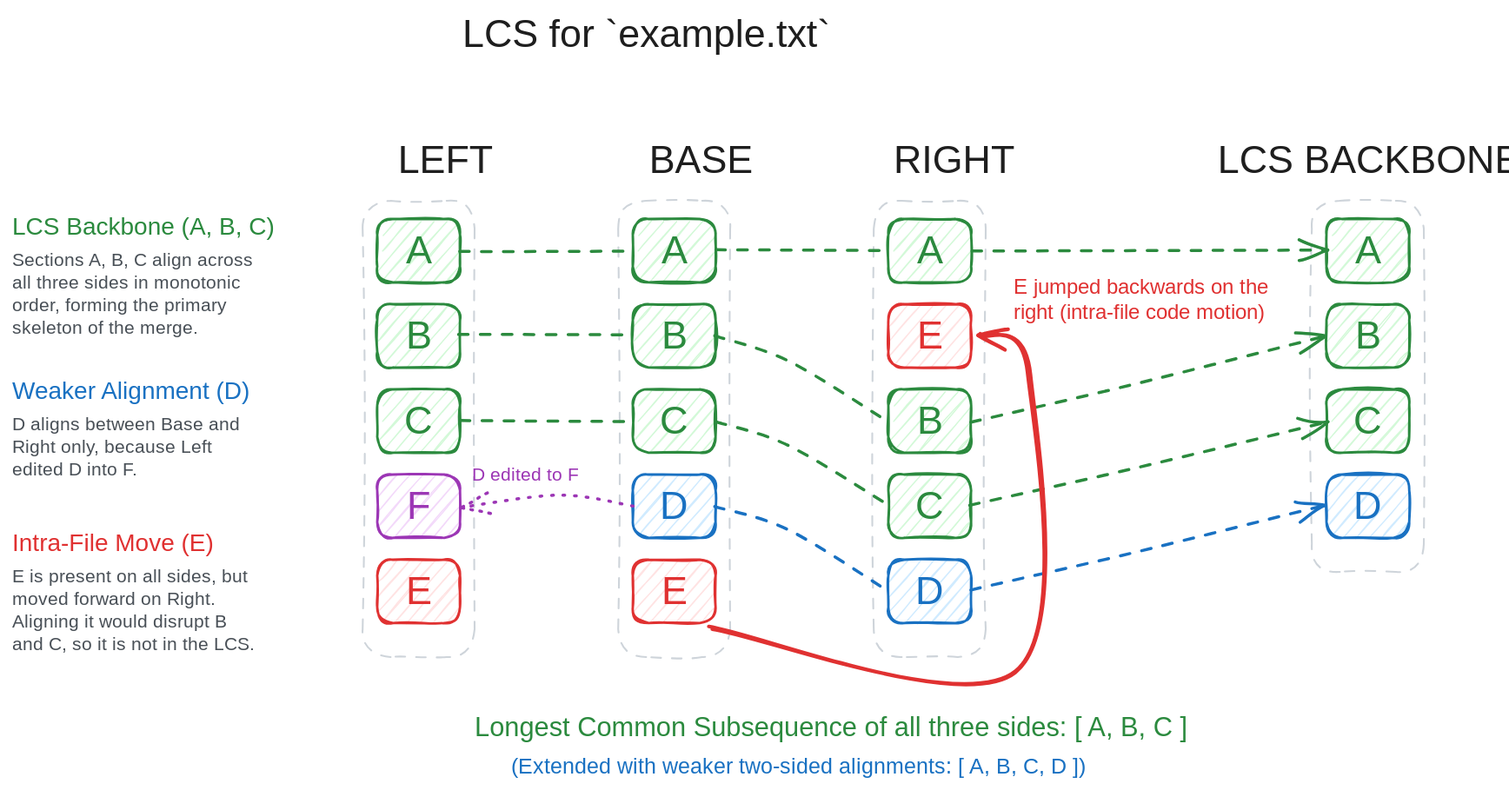
Earlier version of the Excalidraw export documents/designNotes/diagrams/threeWayMergeAndLCS.excalidraw.svg (sageserpent-open/kineticMerge). Source tidied: one line per element, renumbered; positions are measured from the earlier drawing's top-left corner, leaving out a move shared by most shapes.
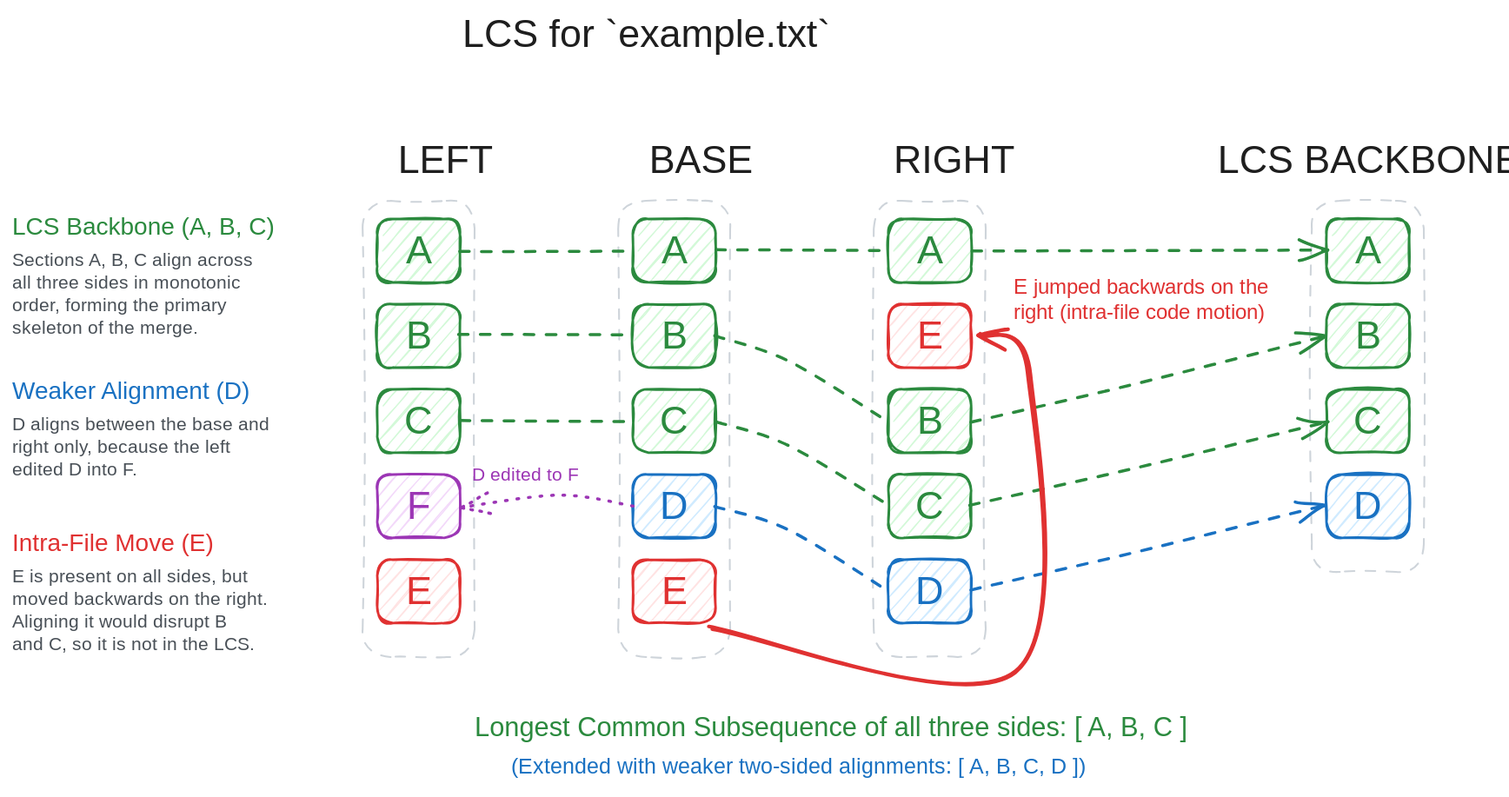
Later version of the same file.

Commit message:
Correct a misleading piece of text and tidy grammar.

Diff of the diagram source:
```diff
@@ -63,8 +63,8 @@
 {"id": 62, "type": "text", "text": "LCS Backbone (A, B, C)", "strokeColor": "#2b8a3e", "strokeWidth": 1, "roughness": 1, "fontSize": 20, "fontFamily": 2, "x": 0, "y": 165, "width": 265, "height": 25}
 {"id": 63, "type": "text", "text": "Sections A, B, C align across\nall three sides in monotonic\norder, forming the primary\nskeleton of the merge.", "strokeColor": "#495057", "strokeWidth": 1, "roughness": 1, "fontSize": 15, "fontFamily": 1, "x": 0, "y": 195, "width": 265, "height": 25}
 {"id": 64, "type": "text", "text": "Weaker Alignment (D)", "strokeColor": "#1971c2", "strokeWidth": 1, "roughness": 1, "fontSize": 20, "fontFamily": 2, "x": 0, "y": 300, "width": 265, "height": 25}
-{"id": 65, "type": "text", "text": "D aligns between Base and\nRight only, because Left\nedited D into F.", "strokeColor": "#495057", "strokeWidth": 1, "roughness": 1, "fontSize": 15, "fontFamily": 1, "x": 0, "y": 330, "width": 265, "height": 25}
+{"id": 65, "type": "text", "text": "D aligns between the base and\nright only, because the left\nedited D into F.", "strokeColor": "#495057", "strokeWidth": 1, "roughness": 1, "fontSize": 15, "fontFamily": 1, "x": 0, "y": 330, "width": 230, "height": 56}
 {"id": 66, "type": "text", "text": "Intra-File Move (E)", "strokeColor": "#e03131", "strokeWidth": 1, "roughness": 1, "fontSize": 20, "fontFamily": 2, "x": 0, "y": 425, "width": 265, "height": 25}
-{"id": 67, "type": "text", "text": "E is present on all sides, but\nmoved forward on Right.\nAligning it would disrupt B\nand C, so it is not in the LCS.", "strokeColor": "#495057", "strokeWidth": 1, "roughness": 1, "fontSize": 15, "fontFamily": 1, "x": 0, "y": 455, "width": 265, "height": 25}
+{"id": 67, "type": "text", "text": "E is present on all sides, but\nmoved backwards on the right.\nAligning it would disrupt B\nand C, so it is not in the LCS.", "strokeColor": "#495057", "strokeWidth": 1, "roughness": 1, "fontSize": 15, "fontFamily": 1, "x": 0, "y": 455, "width": 229, "height": 75}
 {"id": 68, "type": "text", "text": "Longest Common Subsequence of all three sides: [ A, B, C ]", "strokeColor": "#2b8a3e", "strokeWidth": 1, "roughness": 1, "fontSize": 22, "fontFamily": 2, "x": 380, "y": 575, "width": 650, "height": 25}
 {"id": 69, "type": "text", "text": "(Extended with weaker two-sided alignments: [ A, B, C, D ])", "strokeColor": "#1971c2", "strokeWidth": 1, "roughness": 1, "fontSize": 18, "fontFamily": 1, "x": 410, "y": 610, "width": 600, "height": 25}
```
